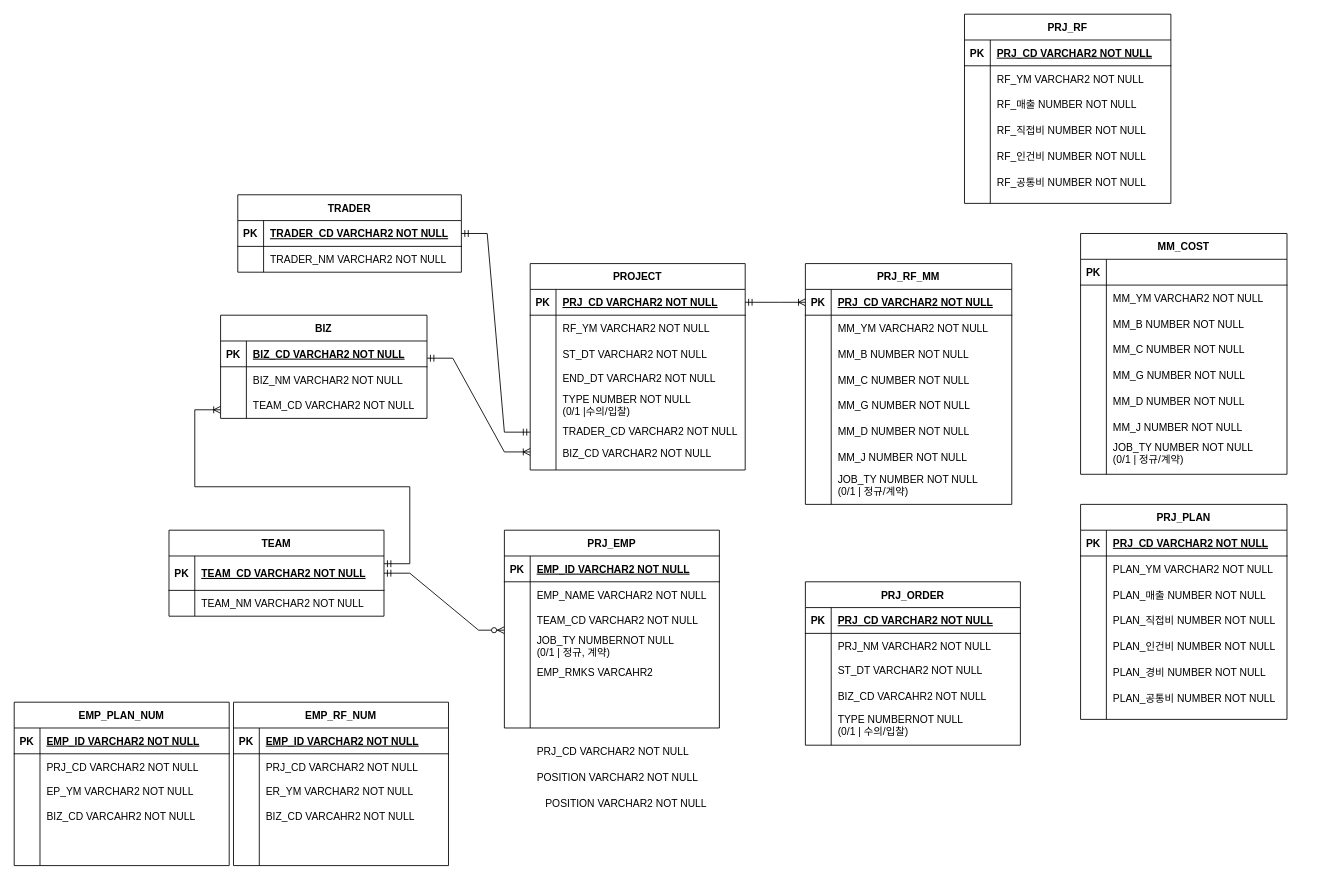
Before: Untitled Diagram.drawio in wonjongah/wonjongah.github.io, a draw.io diagram. Source tidied: cells renumbered, new cells numbered last; positions are measured from the earlier drawing's top-left corner, leaving out a move shared by most shapes. Both pictures are drawn from the tidied source at 86%, with x=0, y=0 at pixel (14, 14).
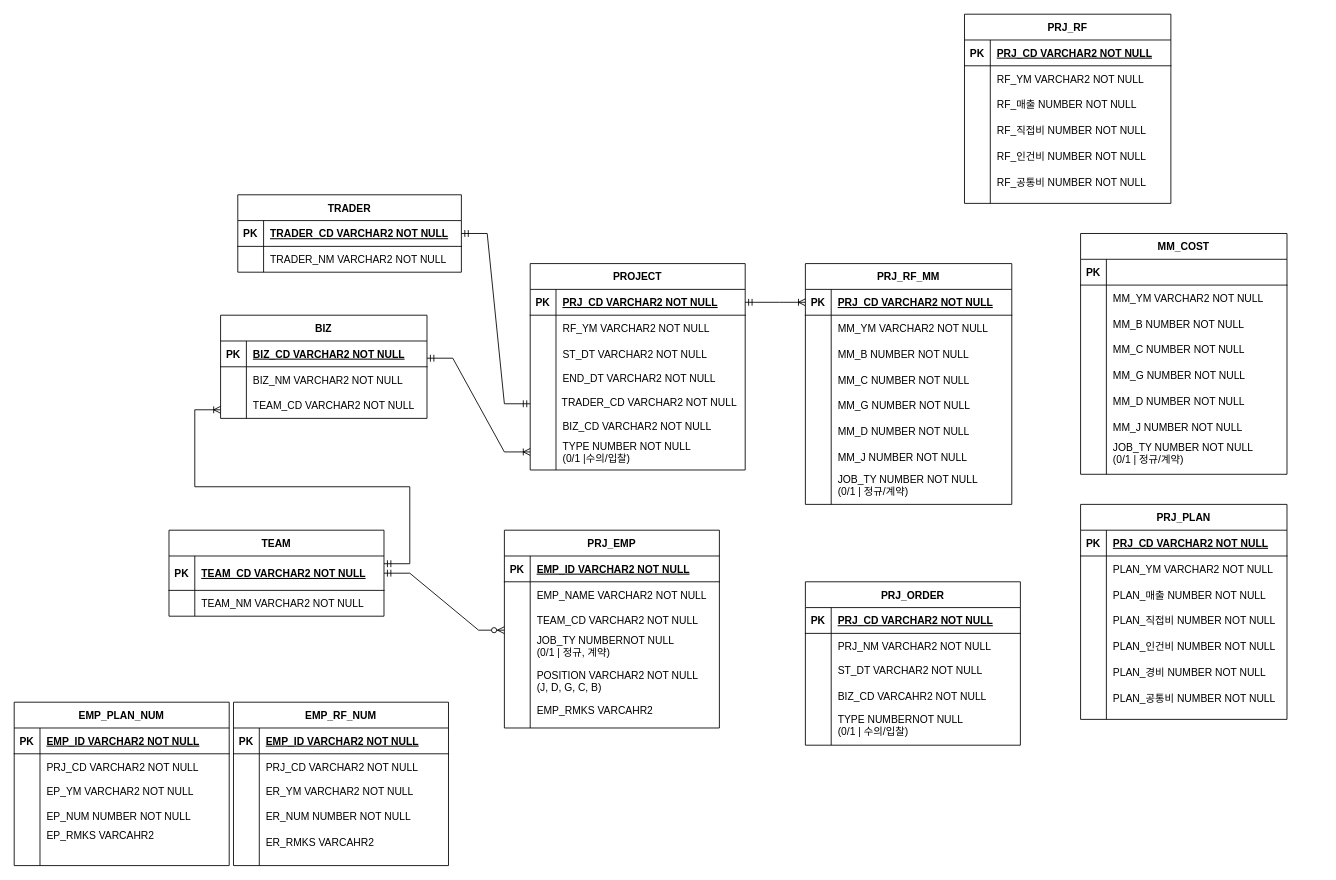
The same diagram, later.

Unchanged cells that the change refers to:
```xml
<mxCell id="88" style="shape=partialRectangle;fillColor=none;points=[[0,0.5],[1,0.5]];portConstraint=eastwest;top=0;left=0;right=0;bottom=1;" parent="87" vertex="1">
  <mxGeometry y="30" width="260" height="30" as="geometry" />
</mxCell>
```

The edit, as a diff of the source:
```diff
@@
     <mxCell id="71" value="TYPE NUMBER NOT NULL&#10;(0/1 |수의/입찰)" style="shape=partialRectangle;overflow=hidden;fillColor=none;top=0;left=0;bottom=0;right=0;align=left;spacingLeft=6;" parent="1" vertex="1">
-      <mxGeometry x="630" y="440" width="220" height="30" as="geometry" />
+      <mxGeometry x="630" y="494" width="220" height="30" as="geometry" />
     </mxCell>
@@
     <mxCell id="82" value="EMP_RMKS VARCAHR2 " style="shape=partialRectangle;overflow=hidden;fillColor=none;top=0;left=0;bottom=0;right=0;align=left;spacingLeft=6;" parent="1" vertex="1">
-      <mxGeometry x="600" y="750" width="220" height="30" as="geometry" />
+      <mxGeometry x="600" y="794" width="220" height="30" as="geometry" />
     </mxCell>
@@
     <mxCell id="86" value="TRADER_CD VARCHAR2 NOT NULL" style="shape=partialRectangle;overflow=hidden;fillColor=none;top=0;left=0;bottom=0;right=0;align=left;spacingLeft=6;" parent="1" vertex="1">
-      <mxGeometry x="630" y="470" width="220" height="30" as="geometry" />
+      <mxGeometry x="629" y="436" width="220" height="30" as="geometry" />
     </mxCell>
@@
     <mxCell id="96" style="edgeStyle=entityRelationEdgeStyle;fontSize=12;html=1;endArrow=ERmandOne;startArrow=ERmandOne;rounded=0;exitX=1;exitY=0.5;exitDx=0;exitDy=0;" parent="1" edge="1" source="88">
       <mxGeometry relative="1" as="geometry">
-        <mxPoint x="600" y="486" as="targetPoint" />
+        <mxPoint x="600" y="453" as="targetPoint" />
       </mxGeometry>
     </mxCell>
     <mxCell id="97" value="BIZ_CD VARCHAR2 NOT NULL" style="shape=partialRectangle;overflow=hidden;fillColor=none;top=0;left=0;bottom=0;right=0;align=left;spacingLeft=6;" parent="1" vertex="1">
-      <mxGeometry x="630" y="495" width="220" height="30" as="geometry" />
+      <mxGeometry x="630" y="464" width="220" height="30" as="geometry" />
     </mxCell>
@@
-    <mxCell id="126" value="PRJ_CD VARCHAR2 NOT NULL " style="shape=partialRectangle;overflow=hidden;fillColor=none;top=0;left=0;bottom=0;right=0;align=left;spacingLeft=6;fontStyle=0;" parent="1" vertex="1">
-      <mxGeometry x="600" y="842" width="220" height="30" as="geometry" />
-    </mxCell>
-    <mxCell id="127" value="POSITION VARCHAR2 NOT NULL " style="shape=partialRectangle;overflow=hidden;fillColor=none;top=0;left=0;bottom=0;right=0;align=left;spacingLeft=6;fontStyle=0;" parent="1" vertex="1">
-      <mxGeometry x="600" y="872" width="220" height="30" as="geometry" />
-    </mxCell>
-    <mxCell id="128" value="POSITION VARCHAR2 NOT NULL " style="shape=partialRectangle;overflow=hidden;fillColor=none;top=0;left=0;bottom=0;right=0;align=left;spacingLeft=6;fontStyle=0;" parent="1" vertex="1">
-      <mxGeometry x="610" y="902" width="220" height="30" as="geometry" />
+    <mxCell id="128" value="POSITION VARCHAR2 NOT NULL &#10;(J, D, G, C, B)" style="shape=partialRectangle;overflow=hidden;fillColor=none;top=0;left=0;bottom=0;right=0;align=left;spacingLeft=6;fontStyle=0;" parent="1" vertex="1">
+      <mxGeometry x="600" y="760" width="220" height="30" as="geometry" />
     </mxCell>
@@
-    <mxCell id="137" value="BIZ_CD VARCAHR2 NOT NULL" style="shape=partialRectangle;overflow=hidden;fillColor=none;top=0;left=0;bottom=0;right=0;align=left;spacingLeft=6;" parent="1" vertex="1">
-      <mxGeometry x="285" y="918" width="220" height="30" as="geometry" />
-    </mxCell>
@@
-    <mxCell id="146" value="BIZ_CD VARCAHR2 NOT NULL" style="shape=partialRectangle;overflow=hidden;fillColor=none;top=0;left=0;bottom=0;right=0;align=left;spacingLeft=6;" parent="1" vertex="1">
-      <mxGeometry x="30" y="918" width="220" height="30" as="geometry" />
-    </mxCell>
@@
+    <mxCell id="149" value="EP_NUM NUMBER NOT NULL" style="shape=partialRectangle;overflow=hidden;fillColor=none;top=0;left=0;bottom=0;right=0;align=left;spacingLeft=6;" parent="1" vertex="1">
+      <mxGeometry x="30" y="918" width="220" height="30" as="geometry" />
+    </mxCell>
+    <mxCell id="150" value="ER_NUM NUMBER NOT NULL" style="shape=partialRectangle;overflow=hidden;fillColor=none;top=0;left=0;bottom=0;right=0;align=left;spacingLeft=6;" parent="1" vertex="1">
+      <mxGeometry x="285" y="918" width="220" height="30" as="geometry" />
+    </mxCell>
+    <mxCell id="151" value="EP_RMKS VARCAHR2 " style="shape=partialRectangle;overflow=hidden;fillColor=none;top=0;left=0;bottom=0;right=0;align=left;spacingLeft=6;" parent="1" vertex="1">
+      <mxGeometry x="30" y="940" width="220" height="30" as="geometry" />
+    </mxCell>
+    <mxCell id="152" value="ER_RMKS VARCAHR2 " style="shape=partialRectangle;overflow=hidden;fillColor=none;top=0;left=0;bottom=0;right=0;align=left;spacingLeft=6;" parent="1" vertex="1">
+      <mxGeometry x="285" y="948" width="220" height="30" as="geometry" />
+    </mxCell>
```
